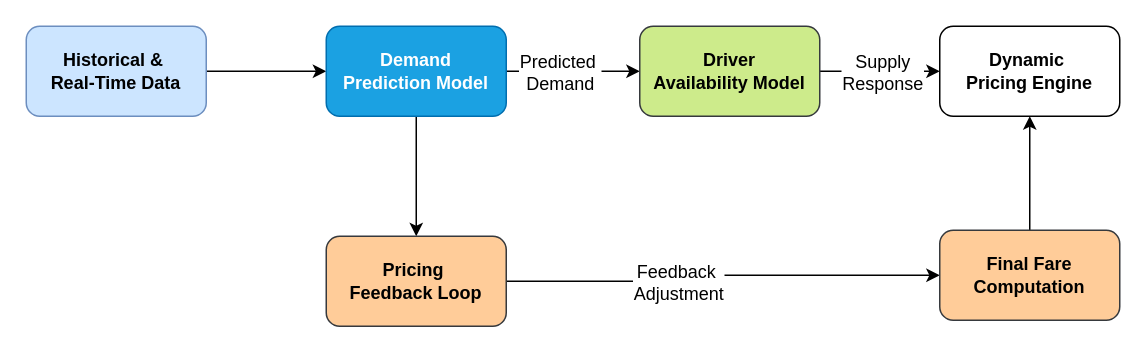
Before: Drawio Files/Figure4_diagram.drawio in kangss1/Project-Uber, a draw.io diagram. Source tidied: cells renumbered, new cells numbered last; positions are measured from the earlier drawing's top-left corner, leaving out a move shared by most shapes. Both pictures are drawn from the tidied source at 150%, with x=0, y=0 at pixel (26, 26).
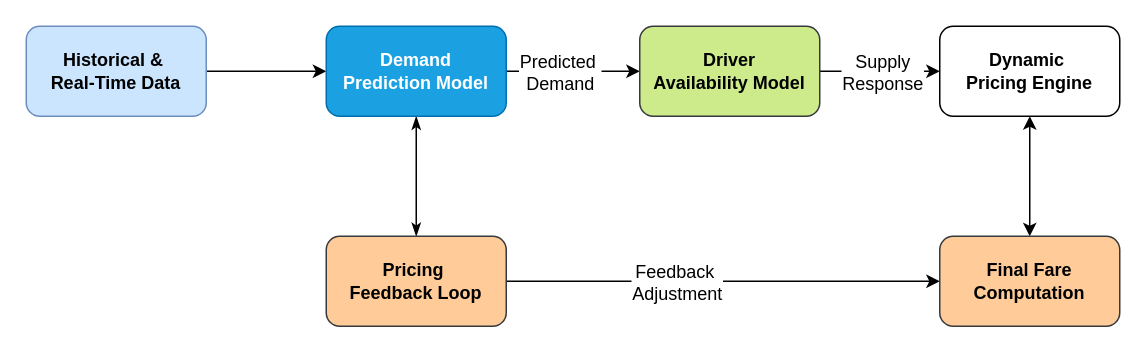
After the change.

What changed in the source:
```diff
@@
 <mxGraphModel>
   <root>
     <mxCell id="0" />
     <mxCell id="1" parent="0" />
-    <mxCell id="2" style="edgeStyle=orthogonalEdgeStyle;rounded=0;jettySize=auto;html=1;" parent="1" edge="1" source="3" target="7">
+    <mxCell id="2" style="edgeStyle=orthogonalEdgeStyle;rounded=0;jettySize=auto;html=1;endArrow=classic;endFill=1;" parent="1" edge="1" source="3" target="7">
       <mxGeometry relative="1" as="geometry" />
     </mxCell>
     <mxCell id="3" value="&lt;b&gt;Historical &amp;amp;&amp;nbsp;&lt;/b&gt;&lt;div&gt;&lt;b&gt;Real-Time Data&lt;/b&gt;&lt;/div&gt;" style="rounded=1;whiteSpace=wrap;html=1;fillColor=#CCE5FF;strokeColor=#6c8ebf;" parent="1" vertex="1">
       <mxGeometry width="120" height="60" as="geometry" />
     </mxCell>
     <mxCell id="4" style="edgeStyle=orthogonalEdgeStyle;rounded=0;jettySize=auto;html=1;" parent="1" edge="1" source="7" target="10">
       <mxGeometry relative="1" as="geometry" />
     </mxCell>
     <mxCell id="5" value="&lt;font style=&quot;font-size: 12px;&quot;&gt;Predicted&amp;nbsp;&lt;/font&gt;&lt;div&gt;&lt;font style=&quot;font-size: 12px;&quot;&gt;Demand&lt;/font&gt;&lt;/div&gt;" style="edgeLabel;html=1;align=center;verticalAlign=middle;" parent="4" vertex="1">
       <mxGeometry x="-0.22" relative="1" as="geometry" />
     </mxCell>
-    <mxCell id="6" style="edgeStyle=orthogonalEdgeStyle;rounded=0;jettySize=auto;html=1;" parent="1" edge="1" source="7" target="14">
+    <mxCell id="6" style="edgeStyle=orthogonalEdgeStyle;rounded=0;jettySize=auto;html=1;endArrow=classicThin;endFill=1;startArrow=classicThin;startFill=1;exitX=0.5;exitY=1;exitDx=0;exitDy=0;" parent="1" edge="1" source="7" target="14">
       <mxGeometry relative="1" as="geometry" />
     </mxCell>
     <mxCell id="7" value="&lt;b&gt;Demand&lt;/b&gt;&lt;div&gt;&lt;b&gt;Prediction Model&lt;/b&gt;&lt;/div&gt;" style="whiteSpace=wrap;html=1;fillColor=#1ba1e2;strokeColor=#006EAF;rounded=1;fontColor=#ffffff;" parent="1" vertex="1">
       <mxGeometry x="200" width="120" height="60" as="geometry" />
     </mxCell>
     <mxCell id="8" style="edgeStyle=orthogonalEdgeStyle;rounded=0;jettySize=auto;html=1;" parent="1" edge="1" source="10" target="11">
       <mxGeometry relative="1" as="geometry" />
     </mxCell>
     <mxCell id="9" value="&lt;font style=&quot;font-size: 12px;&quot;&gt;Supply&lt;/font&gt;&lt;div&gt;&lt;font style=&quot;font-size: 12px;&quot;&gt;Response&lt;/font&gt;&lt;/div&gt;" style="edgeLabel;html=1;align=center;verticalAlign=middle;" parent="8" vertex="1">
       <mxGeometry x="0.01" relative="1" as="geometry">
         <mxPoint x="1" as="offset" />
       </mxGeometry>
     </mxCell>
     <mxCell id="10" value="&lt;b&gt;Driver&lt;/b&gt;&lt;div&gt;&lt;b&gt;Availability Model&lt;/b&gt;&lt;/div&gt;" style="whiteSpace=wrap;html=1;fillColor=#cdeb8b;strokeColor=#36393d;rounded=1;" parent="1" vertex="1">
       <mxGeometry x="409" width="120" height="60" as="geometry" />
     </mxCell>
     <mxCell id="11" value="&lt;b&gt;Dynamic&amp;nbsp;&lt;/b&gt;&lt;div&gt;&lt;b&gt;Pricing Engine&lt;/b&gt;&lt;/div&gt;" style="whiteSpace=wrap;html=1;rounded=1;" parent="1" vertex="1">
       <mxGeometry x="609" width="120" height="60" as="geometry" />
     </mxCell>
     <mxCell id="12" style="edgeStyle=orthogonalEdgeStyle;rounded=0;jettySize=auto;html=1;" parent="1" edge="1" source="14" target="16">
       <mxGeometry relative="1" as="geometry" />
     </mxCell>
     <mxCell id="13" value="&lt;font style=&quot;font-size: 12px;&quot;&gt;Feedback&amp;nbsp;&lt;/font&gt;&lt;div&gt;&lt;font style=&quot;font-size: 12px;&quot;&gt;Adjustment&lt;/font&gt;&lt;/div&gt;" style="edgeLabel;html=1;align=center;verticalAlign=middle;" parent="12" vertex="1">
       <mxGeometry x="-0.22" relative="1" as="geometry" />
     </mxCell>
     <mxCell id="14" value="&lt;b&gt;Pricing&amp;nbsp;&lt;/b&gt;&lt;div&gt;&lt;b&gt;Feedback Loop&lt;/b&gt;&lt;/div&gt;" style="whiteSpace=wrap;html=1;fillColor=#ffcc99;strokeColor=#36393d;rounded=1;" parent="1" vertex="1">
       <mxGeometry x="200" y="140" width="120" height="60" as="geometry" />
     </mxCell>
-    <mxCell id="15" style="edgeStyle=orthogonalEdgeStyle;rounded=0;jettySize=auto;html=1;exitX=0.5;exitY=0;exitDx=0;exitDy=0;" parent="1" edge="1" source="16" target="11">
+    <mxCell id="15" style="edgeStyle=orthogonalEdgeStyle;rounded=0;jettySize=auto;html=1;exitX=0.5;exitY=0;exitDx=0;exitDy=0;startArrow=classic;startFill=1;endArrow=classic;endFill=1;" parent="1" edge="1" source="16" target="11">
       <mxGeometry relative="1" as="geometry" />
     </mxCell>
     <mxCell id="16" value="&lt;b&gt;Final Fare&lt;/b&gt;&lt;div&gt;&lt;b&gt;Computation&lt;/b&gt;&lt;/div&gt;" style="whiteSpace=wrap;html=1;fillColor=#ffcc99;strokeColor=#36393d;rounded=1;" parent="1" vertex="1">
-      <mxGeometry x="609" y="136" width="120" height="60" as="geometry" />
+      <mxGeometry x="609" y="140" width="120" height="60" as="geometry" />
     </mxCell>
   </root>
 </mxGraphModel>
```
